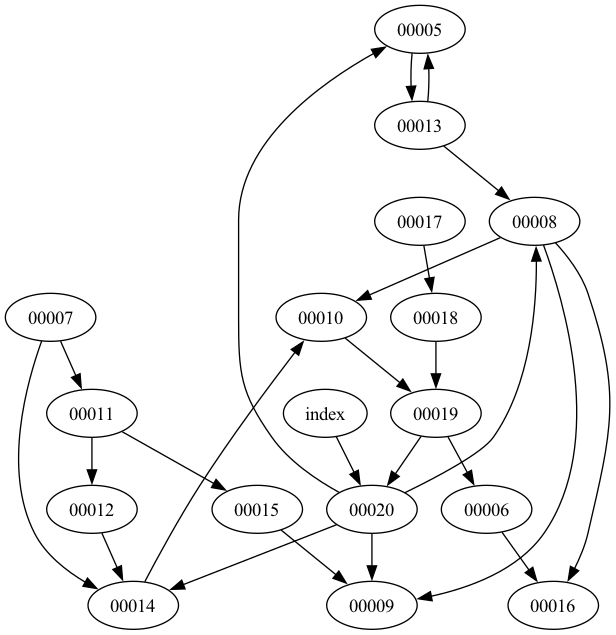
Earlier version of the Graphviz export zine_graph.png (kvnchpl/jungle). Its source is kept beside it as zine_graph.dot.
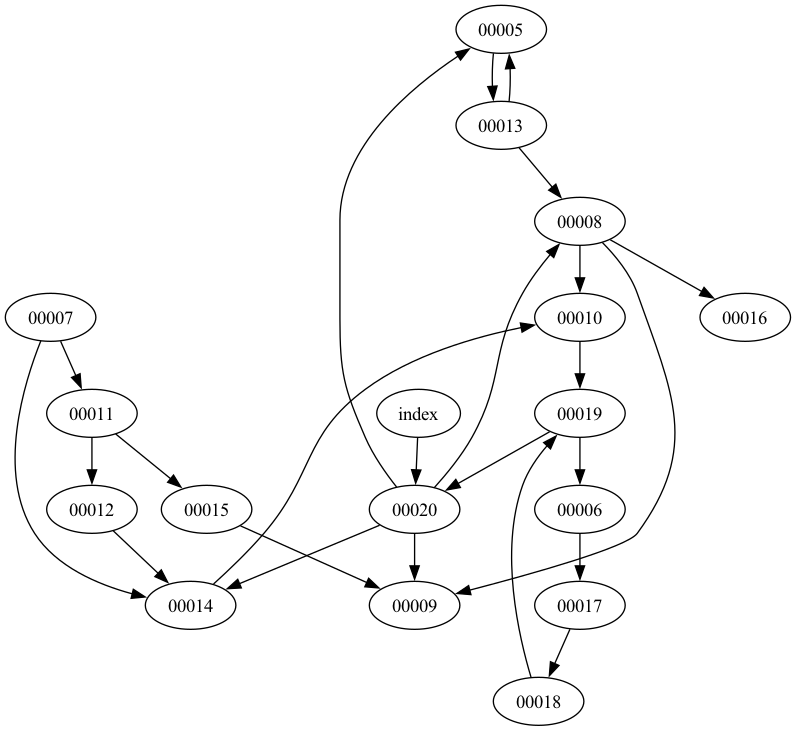
The same file after the commit.

Change to the diagram source:
```diff
@@ -22,7 +22,7 @@
     "00020" -> "00014";
     "00017" -> "00018";
     "00010" -> "00019";
-    "00006" -> "00016";
+    "00006" -> "00017";
     "00007" -> "00011";
     "00007" -> "00014";
     "00011" -> "00012";
```
